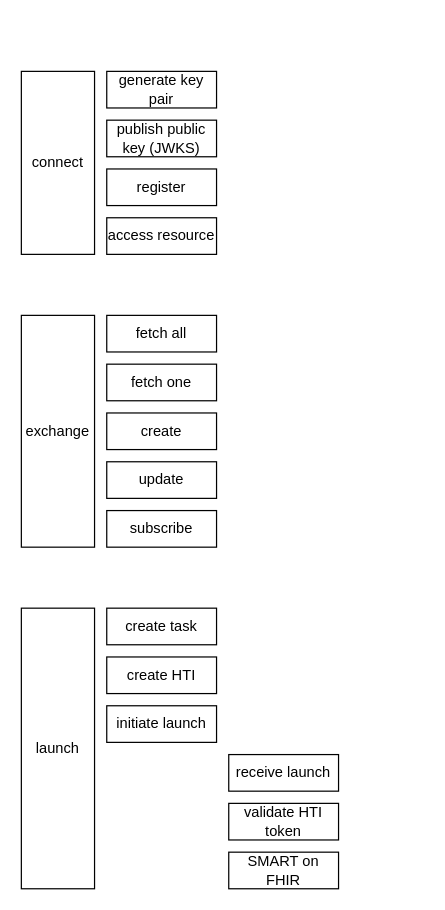
Earlier version of the draw.io diagram topics/Untitled Diagram.drawio (Koppeltaal/Koppeltaal-2.0-Specificaties-en-Architectuur). Source tidied: cells renumbered, new cells numbered last; positions are measured from the earlier drawing's top-left corner, leaving out a move shared by most shapes. Both pictures are drawn from the tidied source at 122%, with x=0, y=0 at pixel (21, 71).
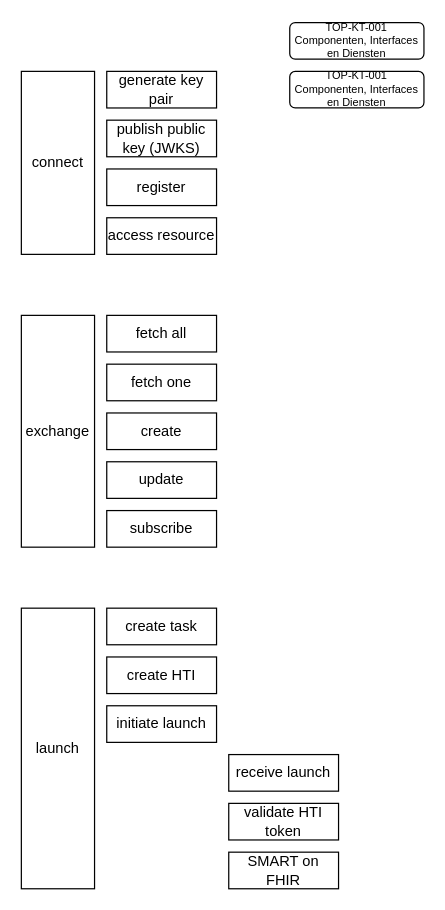
After the change.

What changed in the source:
```diff
@@
+    <mxCell id="20" value="TOP-KT-001&lt;br&gt;Componenten, Interfaces en Diensten" style="rounded=1;whiteSpace=wrap;html=1;fontSize=9;" parent="1" vertex="1">
+      <mxGeometry x="220" y="-40" width="110" height="30" as="geometry" />
+    </mxCell>
+    <mxCell id="21" value="TOP-KT-001&lt;br&gt;Componenten, Interfaces en Diensten" style="rounded=1;whiteSpace=wrap;html=1;fontSize=9;" parent="1" vertex="1">
+      <mxGeometry x="220" width="110" height="30" as="geometry" />
+    </mxCell>
```
